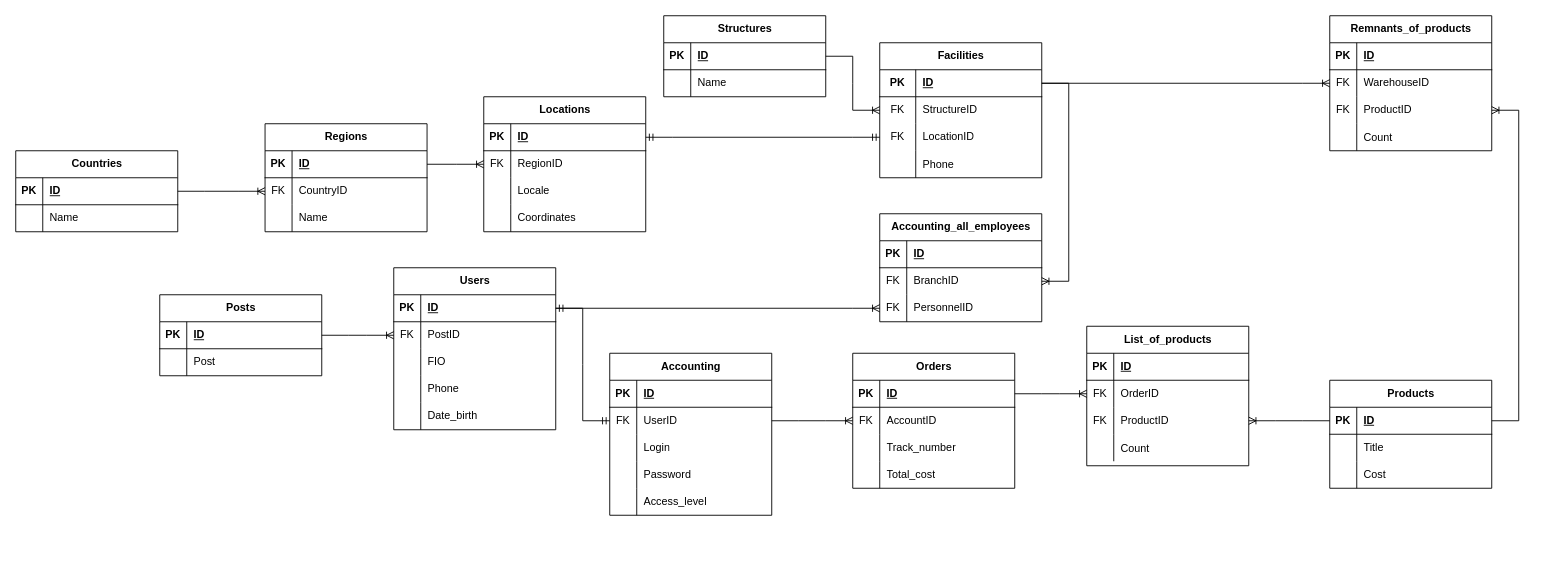
The draw.io diagram docs/uml/shesterochkaDB.drawio in JustKingYT1/demo_app, before the edit. Source tidied: cells renumbered, new cells numbered last; positions are measured from the earlier drawing's top-left corner, leaving out a move shared by most shapes. Both pictures are drawn from the tidied source at 90%, with x=0, y=0 at pixel (15, 15).
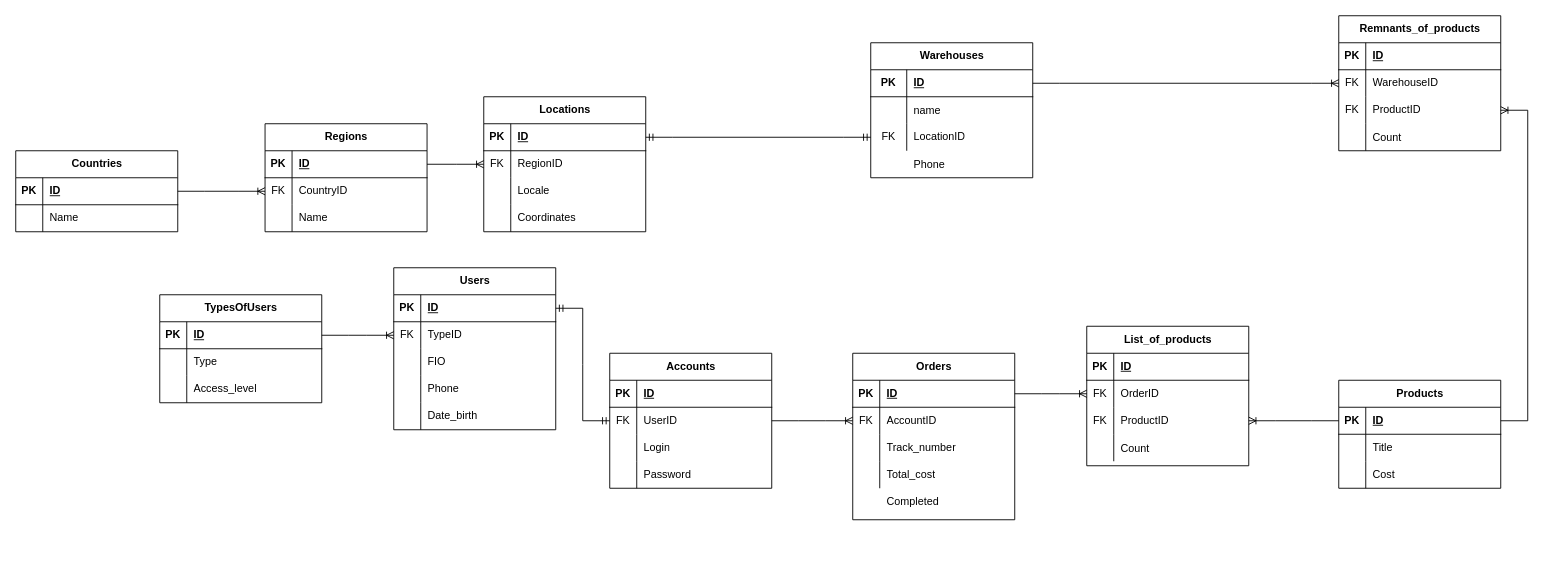
The same page after the edit.

Commit message (it also covers changes not shown here):
fix database diagramm

Unchanged cells that the change refers to:
```xml
<mxCell id="50" style="shape=tableRow;horizontal=0;startSize=0;swimlaneHead=0;swimlaneBody=0;fillColor=none;points=[[0,0.5],[1,0.5]];portConstraint=eastwest;top=0;left=0;right=0;bottom=1;" parent="49" vertex="1">
  <mxGeometry y="30" width="180" height="30" as="geometry" />
</mxCell>
<mxCell id="53" style="shape=tableRow;horizontal=0;startSize=0;swimlaneHead=0;swimlaneBody=0;fillColor=none;points=[[0,0.5],[1,0.5]];portConstraint=eastwest;top=0;left=0;right=0;bottom=0;" parent="49" vertex="1">
  <mxGeometry y="60" width="180" height="30" as="geometry" />
</mxCell>
<mxCell id="71" style="shape=tableRow;horizontal=0;startSize=0;swimlaneHead=0;swimlaneBody=0;fillColor=none;top=0;left=0;right=0;bottom=0;" parent="67" vertex="1">
  <mxGeometry y="60" width="180" height="30" as="geometry" />
</mxCell>
<mxCell id="76" style="shape=tableRow;horizontal=0;startSize=0;swimlaneHead=0;swimlaneBody=0;fillColor=none;points=[[0,0.5],[1,0.5]];portConstraint=eastwest;top=0;left=0;right=0;bottom=1;" parent="75" vertex="1">
  <mxGeometry y="30" width="180" height="30" as="geometry" />
</mxCell>
<mxCell id="103" style="shape=tableRow;horizontal=0;startSize=0;swimlaneHead=0;swimlaneBody=0;fillColor=none;points=[[0,0.5],[1,0.5]];portConstraint=eastwest;top=0;left=0;right=0;bottom=0;" parent="99" vertex="1">
  <mxGeometry y="60" width="180" height="30" as="geometry" />
</mxCell>
<mxCell id="114" style="shape=tableRow;horizontal=0;startSize=0;swimlaneHead=0;swimlaneBody=0;fillColor=none;points=[[0,0.5],[1,0.5]];portConstraint=eastwest;top=0;left=0;right=0;bottom=1;" parent="113" vertex="1">
  <mxGeometry y="30" width="180" height="30" as="geometry" />
</mxCell>
```

What changed in the source:
```diff
@@
-    <mxCell id="2" value="Accounting" style="shape=table;startSize=30;childLayout=tableLayout;rowLines=0;fontStyle=1;align=center;html=1;" parent="1" vertex="1">
-      <mxGeometry x="660" y="375" width="180" height="180" as="geometry" />
+    <mxCell id="2" value="Accounts" style="shape=table;startSize=30;childLayout=tableLayout;rowLines=0;fontStyle=1;align=center;html=1;" parent="1" vertex="1">
+      <mxGeometry x="660" y="375" width="180" height="150" as="geometry" />
     </mxCell>
@@
-    <mxCell id="15" style="shape=tableRow;horizontal=0;startSize=0;swimlaneHead=0;swimlaneBody=0;fillColor=none;top=0;left=0;right=0;bottom=0;" parent="2" vertex="1">
-      <mxGeometry y="150" width="180" height="30" as="geometry" />
-    </mxCell>
-    <mxCell id="16" style="shape=partialRectangle;fillColor=none;top=0;left=0;bottom=0;right=0;overflow=hidden;whiteSpace=wrap;html=1;" parent="15" vertex="1">
-      <mxGeometry width="30" height="30" as="geometry" />
-    </mxCell>
-    <mxCell id="17" value="Access_level" style="shape=partialRectangle;fillColor=none;top=0;left=0;bottom=0;right=0;align=left;spacingLeft=6;overflow=hidden;whiteSpace=wrap;html=1;" parent="15" vertex="1">
-      <mxGeometry x="30" width="150" height="30" as="geometry" />
-    </mxCell>
@@
-    <mxCell id="55" value="PostID" style="shape=partialRectangle;fillColor=none;top=0;left=0;bottom=0;right=0;align=left;spacingLeft=6;fontStyle=0;overflow=hidden;whiteSpace=wrap;html=1;" parent="53" vertex="1">
+    <mxCell id="55" value="TypeID" style="shape=partialRectangle;fillColor=none;top=0;left=0;bottom=0;right=0;align=left;spacingLeft=6;fontStyle=0;overflow=hidden;whiteSpace=wrap;html=1;" parent="53" vertex="1">
       <mxGeometry x="30" width="150" height="30" as="geometry" />
     </mxCell>
@@
-    <mxCell id="67" value="Posts" style="shape=table;startSize=30;childLayout=tableLayout;rowLines=0;fontStyle=1;align=center;html=1;" parent="1" vertex="1">
-      <mxGeometry x="160" y="310" width="180" height="90" as="geometry" />
+    <mxCell id="67" value="TypesOfUsers" style="shape=table;startSize=30;childLayout=tableLayout;rowLines=0;fontStyle=1;align=center;html=1;" parent="1" vertex="1">
+      <mxGeometry x="160" y="310" width="180" height="120" as="geometry" />
     </mxCell>
@@
-    <mxCell id="73" value="Post" style="shape=partialRectangle;fillColor=none;top=0;left=0;bottom=0;right=0;align=left;spacingLeft=6;overflow=hidden;whiteSpace=wrap;html=1;" parent="71" vertex="1">
+    <mxCell id="73" value="Type" style="shape=partialRectangle;fillColor=none;top=0;left=0;bottom=0;right=0;align=left;spacingLeft=6;overflow=hidden;whiteSpace=wrap;html=1;" parent="71" vertex="1">
       <mxGeometry x="30" width="150" height="30" as="geometry" />
     </mxCell>
+    <mxCell id="15" style="shape=tableRow;horizontal=0;startSize=0;swimlaneHead=0;swimlaneBody=0;fillColor=none;top=0;left=0;right=0;bottom=0;" parent="67" vertex="1">
+      <mxGeometry y="90" width="180" height="30" as="geometry" />
+    </mxCell>
+    <mxCell id="16" style="shape=partialRectangle;fillColor=none;top=0;left=0;bottom=0;right=0;overflow=hidden;whiteSpace=wrap;html=1;" parent="15" vertex="1">
+      <mxGeometry width="30" height="30" as="geometry" />
+    </mxCell>
+    <mxCell id="17" value="Access_level" style="shape=partialRectangle;fillColor=none;top=0;left=0;bottom=0;right=0;align=left;spacingLeft=6;overflow=hidden;whiteSpace=wrap;html=1;" parent="15" vertex="1">
+      <mxGeometry x="30" width="150" height="30" as="geometry" />
+    </mxCell>
@@
     <mxCell id="75" value="Orders" style="shape=table;startSize=30;childLayout=tableLayout;rowLines=0;fontStyle=1;align=center;html=1;" parent="1" vertex="1">
-      <mxGeometry x="930" y="375" width="180" height="150" as="geometry" />
+      <mxGeometry x="930" y="375" width="180" height="185" as="geometry" />
     </mxCell>
@@
     <mxCell id="89" value="Products" style="shape=table;startSize=30;childLayout=tableLayout;rowLines=0;fontStyle=1;align=center;html=1;" parent="1" vertex="1">
-      <mxGeometry x="1460" y="405" width="180" height="120" as="geometry" />
+      <mxGeometry x="1470" y="405" width="180" height="120" as="geometry" />
     </mxCell>
@@
-    <mxCell id="113" value="Facilities" style="shape=table;startSize=30;childLayout=tableLayout;rowLines=0;fontStyle=1;align=center;html=1;" parent="1" vertex="1">
-      <mxGeometry x="960" y="30" width="180" height="150" as="geometry" />
+    <mxCell id="113" value="Warehouses" style="shape=table;startSize=30;childLayout=tableLayout;rowLines=0;fontStyle=1;align=center;html=1;" parent="1" vertex="1">
+      <mxGeometry x="950" y="30" width="180" height="150" as="geometry" />
     </mxCell>
@@
-    <mxCell id="117" style="shape=tableRow;horizontal=0;startSize=0;swimlaneHead=0;swimlaneBody=0;fillColor=none;points=[[0,0.5],[1,0.5]];portConstraint=eastwest;top=0;left=0;right=0;bottom=0;" parent="113" vertex="1">
-      <mxGeometry y="60" width="180" height="30" as="geometry" />
-    </mxCell>
-    <mxCell id="118" value="FK" style="shape=partialRectangle;fillColor=none;top=0;left=0;bottom=0;right=0;fontStyle=0;overflow=hidden;whiteSpace=wrap;html=1;" parent="117" vertex="1">
-      <mxGeometry width="40" height="30" as="geometry" />
-    </mxCell>
-    <mxCell id="119" value="StructureID" style="shape=partialRectangle;fillColor=none;top=0;left=0;bottom=0;right=0;align=left;spacingLeft=6;fontStyle=0;overflow=hidden;whiteSpace=wrap;html=1;" parent="117" vertex="1">
-      <mxGeometry x="40" width="140" height="30" as="geometry" />
-    </mxCell>
+    <mxCell id="123" style="shape=tableRow;horizontal=0;startSize=0;swimlaneHead=0;swimlaneBody=0;fillColor=none;top=0;left=0;right=0;bottom=0;" parent="113" vertex="1">
+      <mxGeometry y="60" width="180" height="30" as="geometry" />
+    </mxCell>
+    <mxCell id="124" style="shape=partialRectangle;fillColor=none;top=0;left=0;bottom=0;right=0;overflow=hidden;" parent="123" vertex="1">
+      <mxGeometry width="40" height="30" as="geometry" />
+    </mxCell>
+    <mxCell id="125" value="name" style="shape=partialRectangle;fillColor=none;top=0;left=0;bottom=0;right=0;align=left;spacingLeft=6;overflow=hidden;" parent="123" vertex="1">
+      <mxGeometry x="40" width="140" height="30" as="geometry" />
+    </mxCell>
@@
-    <mxCell id="123" style="shape=tableRow;horizontal=0;startSize=0;swimlaneHead=0;swimlaneBody=0;fillColor=none;top=0;left=0;right=0;bottom=0;" parent="113" vertex="1">
-      <mxGeometry y="120" width="180" height="30" as="geometry" />
-    </mxCell>
-    <mxCell id="124" style="shape=partialRectangle;fillColor=none;top=0;left=0;bottom=0;right=0;overflow=hidden;" parent="123" vertex="1">
-      <mxGeometry width="40" height="30" as="geometry" />
-    </mxCell>
-    <mxCell id="125" value="Phone" style="shape=partialRectangle;fillColor=none;top=0;left=0;bottom=0;right=0;align=left;spacingLeft=6;overflow=hidden;" parent="123" vertex="1">
-      <mxGeometry x="40" width="140" height="30" as="geometry" />
-    </mxCell>
@@
     <mxCell id="127" value="Remnants_of_products" style="shape=table;startSize=30;childLayout=tableLayout;rowLines=0;fontStyle=1;align=center;html=1;" parent="1" vertex="1">
-      <mxGeometry x="1460" width="180" height="150" as="geometry" />
+      <mxGeometry x="1470" width="180" height="150" as="geometry" />
     </mxCell>
@@
-    <mxCell id="142" style="edgeStyle=entityRelationEdgeStyle;fontSize=12;html=1;endArrow=ERoneToMany;rounded=0;entryX=0;entryY=0.5;entryDx=0;entryDy=0;" parent="1" edge="1" source="50" target="151">
-      <mxGeometry relative="1" as="geometry" />
-    </mxCell>
-    <mxCell id="143" style="edgeStyle=entityRelationEdgeStyle;fontSize=12;html=1;endArrow=ERoneToMany;rounded=0;exitX=1;exitY=0.5;exitDx=0;exitDy=0;entryX=1;entryY=0.5;entryDx=0;entryDy=0;" parent="1" edge="1" source="114" target="148">
-      <mxGeometry relative="1" as="geometry">
-        <Array as="points">
-          <mxPoint x="1250" y="110" />
-          <mxPoint x="1170" y="210" />
-          <mxPoint x="1420" y="130" />
-          <mxPoint x="1240" y="200" />
-          <mxPoint x="1260" y="300" />
-          <mxPoint x="1260" y="210" />
-          <mxPoint x="1210" y="270" />
-        </Array>
-      </mxGeometry>
-    </mxCell>
-    <mxCell id="144" value="Accounting_all_employees" style="shape=table;startSize=30;childLayout=tableLayout;rowLines=0;fontStyle=1;align=center;html=1;" parent="1" vertex="1">
-      <mxGeometry x="960" y="220" width="180" height="120" as="geometry" />
-    </mxCell>
-    <mxCell id="145" style="shape=tableRow;horizontal=0;startSize=0;swimlaneHead=0;swimlaneBody=0;fillColor=none;top=0;left=0;right=0;bottom=1;" parent="144" vertex="1">
-      <mxGeometry y="30" width="180" height="30" as="geometry" />
-    </mxCell>
-    <mxCell id="146" value="PK" style="shape=partialRectangle;fillColor=none;top=0;left=0;bottom=0;right=0;fontStyle=1;overflow=hidden;whiteSpace=wrap;html=1;" parent="145" vertex="1">
-      <mxGeometry width="30" height="30" as="geometry" />
-    </mxCell>
-    <mxCell id="147" value="ID" style="shape=partialRectangle;fillColor=none;top=0;left=0;bottom=0;right=0;align=left;spacingLeft=6;fontStyle=5;overflow=hidden;whiteSpace=wrap;html=1;" parent="145" vertex="1">
-      <mxGeometry x="30" width="150" height="30" as="geometry" />
-    </mxCell>
-    <mxCell id="148" style="shape=tableRow;horizontal=0;startSize=0;swimlaneHead=0;swimlaneBody=0;fillColor=none;points=[[0,0.5],[1,0.5]];portConstraint=eastwest;top=0;left=0;right=0;bottom=0;" parent="144" vertex="1">
-      <mxGeometry y="60" width="180" height="30" as="geometry" />
-    </mxCell>
-    <mxCell id="149" value="FK" style="shape=partialRectangle;fillColor=none;top=0;left=0;bottom=0;right=0;fontStyle=0;overflow=hidden;whiteSpace=wrap;html=1;" parent="148" vertex="1">
-      <mxGeometry width="30" height="30" as="geometry" />
-    </mxCell>
-    <mxCell id="150" value="BranchID" style="shape=partialRectangle;fillColor=none;top=0;left=0;bottom=0;right=0;align=left;spacingLeft=6;fontStyle=0;overflow=hidden;whiteSpace=wrap;html=1;" parent="148" vertex="1">
-      <mxGeometry x="30" width="150" height="30" as="geometry" />
-    </mxCell>
-    <mxCell id="151" style="shape=tableRow;horizontal=0;startSize=0;swimlaneHead=0;swimlaneBody=0;fillColor=none;points=[[0,0.5],[1,0.5]];portConstraint=eastwest;top=0;left=0;right=0;bottom=0;" parent="144" vertex="1">
-      <mxGeometry y="90" width="180" height="30" as="geometry" />
-    </mxCell>
-    <mxCell id="152" value="FK" style="shape=partialRectangle;fillColor=none;top=0;left=0;bottom=0;right=0;fontStyle=0;overflow=hidden;whiteSpace=wrap;html=1;" parent="151" vertex="1">
-      <mxGeometry width="30" height="30" as="geometry" />
-    </mxCell>
-    <mxCell id="153" value="PersonnelID" style="shape=partialRectangle;fillColor=none;top=0;left=0;bottom=0;right=0;align=left;spacingLeft=6;fontStyle=0;overflow=hidden;whiteSpace=wrap;html=1;" parent="151" vertex="1">
-      <mxGeometry x="30" width="150" height="30" as="geometry" />
-    </mxCell>
-    <mxCell id="154" value="Structures" style="shape=table;startSize=30;childLayout=tableLayout;rowLines=0;fontStyle=1;align=center;html=1;" parent="1" vertex="1">
-      <mxGeometry x="720" width="180" height="90" as="geometry" />
-    </mxCell>
-    <mxCell id="155" style="shape=tableRow;horizontal=0;startSize=0;swimlaneHead=0;swimlaneBody=0;fillColor=none;points=[[0,0.5],[1,0.5]];portConstraint=eastwest;top=0;left=0;right=0;bottom=1;" parent="154" vertex="1">
-      <mxGeometry y="30" width="180" height="30" as="geometry" />
-    </mxCell>
-    <mxCell id="156" value="PK" style="shape=partialRectangle;fillColor=none;top=0;left=0;bottom=0;right=0;fontStyle=1;overflow=hidden;whiteSpace=wrap;html=1;" parent="155" vertex="1">
-      <mxGeometry width="30" height="30" as="geometry" />
-    </mxCell>
-    <mxCell id="157" value="ID" style="shape=partialRectangle;fillColor=none;top=0;left=0;bottom=0;right=0;align=left;spacingLeft=6;fontStyle=5;overflow=hidden;whiteSpace=wrap;html=1;" parent="155" vertex="1">
-      <mxGeometry x="30" width="150" height="30" as="geometry" />
-    </mxCell>
-    <mxCell id="158" style="shape=tableRow;horizontal=0;startSize=0;swimlaneHead=0;swimlaneBody=0;fillColor=none;top=0;left=0;right=0;bottom=0;" parent="154" vertex="1">
-      <mxGeometry y="60" width="180" height="30" as="geometry" />
-    </mxCell>
+    <mxCell id="162" style="edgeStyle=entityRelationEdgeStyle;fontSize=12;html=1;endArrow=ERoneToMany;rounded=0;exitX=1;exitY=0.5;exitDx=0;exitDy=0;" parent="1" edge="1" source="76" target="103">
+      <mxGeometry relative="1" as="geometry" />
+    </mxCell>
+    <mxCell id="163" style="shape=tableRow;horizontal=0;startSize=0;swimlaneHead=0;swimlaneBody=0;fillColor=none;top=0;left=0;right=0;bottom=0;" parent="1" vertex="1">
+      <mxGeometry x="950" y="140" width="180" height="60" as="geometry" />
+    </mxCell>
+    <mxCell id="164" style="shape=partialRectangle;fillColor=none;top=0;left=0;bottom=0;right=0;overflow=hidden;" parent="163" vertex="1">
+      <mxGeometry width="40" height="60" as="geometry" />
+    </mxCell>
+    <mxCell id="165" value="Phone" style="shape=partialRectangle;fillColor=none;top=0;left=0;bottom=0;right=0;align=left;spacingLeft=6;overflow=hidden;" parent="1" vertex="1">
+      <mxGeometry x="990" y="150" width="140" height="30" as="geometry" />
+    </mxCell>
+    <mxCell id="166" style="shape=tableRow;horizontal=0;startSize=0;swimlaneHead=0;swimlaneBody=0;fillColor=none;top=0;left=0;right=0;bottom=0;" parent="1" vertex="1">
+      <mxGeometry x="923" y="580" width="180" height="30" as="geometry" />
+    </mxCell>
-    <mxCell id="159" style="shape=partialRectangle;fillColor=none;top=0;left=0;bottom=0;right=0;overflow=hidden;whiteSpace=wrap;html=1;" parent="158" vertex="1">
+    <mxCell id="159" style="shape=partialRectangle;fillColor=none;top=0;left=0;bottom=0;right=0;overflow=hidden;whiteSpace=wrap;html=1;" parent="166" vertex="1">
       <mxGeometry width="30" height="30" as="geometry" />
     </mxCell>
-    <mxCell id="160" value="Name" style="shape=partialRectangle;fillColor=none;top=0;left=0;bottom=0;right=0;align=left;spacingLeft=6;overflow=hidden;whiteSpace=wrap;html=1;" parent="158" vertex="1">
-      <mxGeometry x="30" width="150" height="30" as="geometry" />
-    </mxCell>
-    <mxCell id="161" style="edgeStyle=entityRelationEdgeStyle;fontSize=12;html=1;endArrow=ERoneToMany;rounded=0;exitX=1;exitY=0.5;exitDx=0;exitDy=0;entryX=0;entryY=0.5;entryDx=0;entryDy=0;" parent="1" edge="1" source="155" target="117">
-      <mxGeometry relative="1" as="geometry" />
-    </mxCell>
-    <mxCell id="162" style="edgeStyle=entityRelationEdgeStyle;fontSize=12;html=1;endArrow=ERoneToMany;rounded=0;exitX=1;exitY=0.5;exitDx=0;exitDy=0;" parent="1" edge="1" source="76" target="103">
-      <mxGeometry relative="1" as="geometry" />
-    </mxCell>
+    <mxCell id="167" value="Completed" style="shape=partialRectangle;fillColor=none;top=0;left=0;bottom=0;right=0;align=left;spacingLeft=6;overflow=hidden;whiteSpace=wrap;html=1;" parent="1" vertex="1">
+      <mxGeometry x="960" y="525" width="150" height="30" as="geometry" />
+    </mxCell>
```
